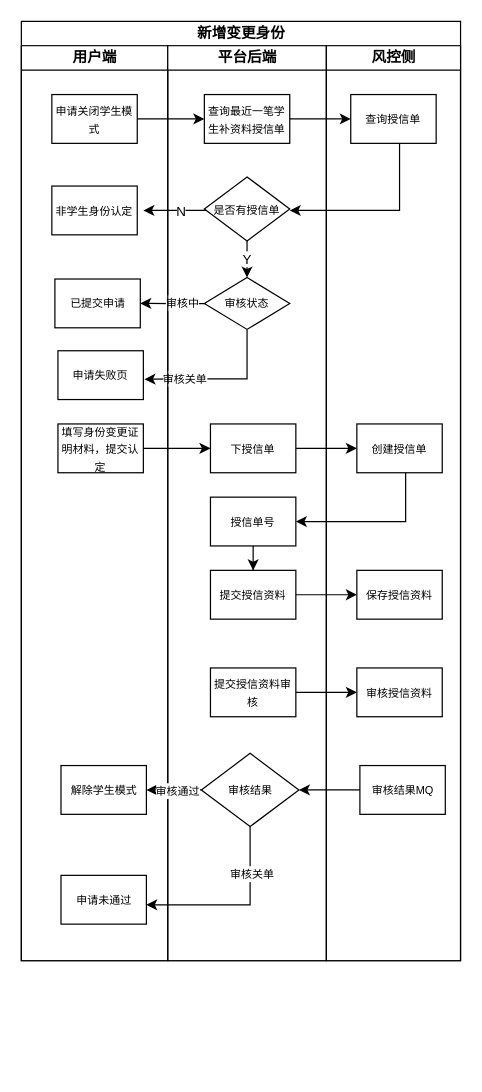
Before: page "Page-1" (1 of 3) of studentModle.drawio in CaoLimingECJTU/gitskills, a draw.io diagram. Source tidied: cells renumbered, new cells numbered last; positions are measured from the earlier drawing's top-left corner, leaving out a move shared by most shapes. Both pictures are drawn from the tidied source at 122%, with x=0, y=0 at pixel (21, 21).
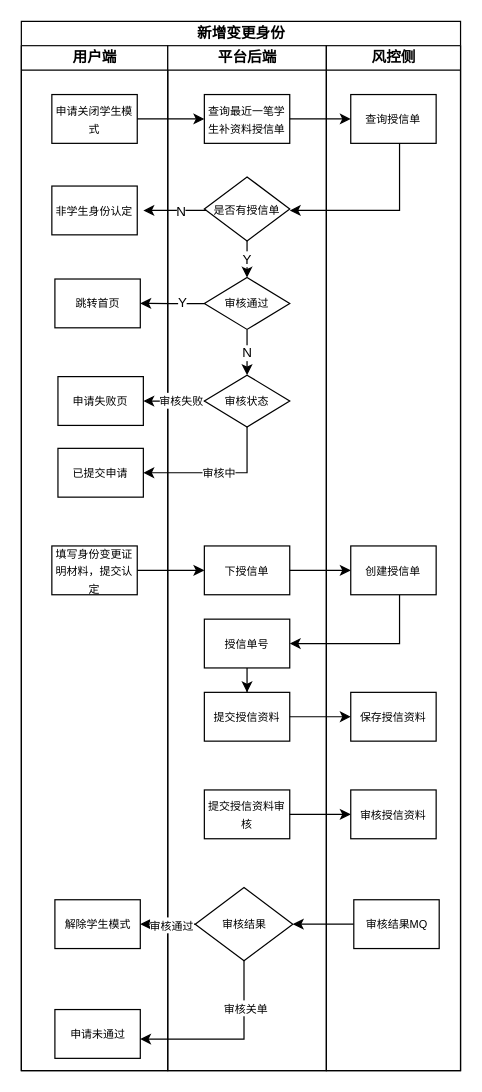
The same page after the edit.

The change refers to these unchanged cells:
```xml
<mxCell id="11" style="edgeStyle=orthogonalEdgeStyle;rounded=0;jettySize=auto;html=1;" parent="2" edge="1" source="25" target="9">
  <mxGeometry relative="1" as="geometry" />
</mxCell>
```

What changed in the source:
```diff
@@
     <mxCell id="2" value="新增变更身份" style="swimlane;html=1;startSize=20;" parent="1" vertex="1">
-      <mxGeometry width="360" height="770" as="geometry" />
+      <mxGeometry width="360" height="860" as="geometry" />
     </mxCell>
     <mxCell id="3" value="用户端" style="swimlane;html=1;startSize=20;" parent="2" vertex="1">
-      <mxGeometry y="20" width="120" height="750" as="geometry" />
+      <mxGeometry y="20" width="120" height="840" as="geometry" />
     </mxCell>
@@
     <mxCell id="6" value="&lt;font style=&quot;font-size: 9px&quot;&gt;填写身份变更证明材料，提交认定&lt;/font&gt;" style="rounded=0;whiteSpace=wrap;html=1;" parent="3" vertex="1">
-      <mxGeometry x="30" y="310" width="70" height="40" as="geometry" />
+      <mxGeometry x="25" y="410" width="70" height="40" as="geometry" />
     </mxCell>
     <mxCell id="7" value="&lt;font style=&quot;font-size: 9px&quot;&gt;解除学生模式&lt;/font&gt;" style="rounded=0;whiteSpace=wrap;html=1;" parent="3" vertex="1">
-      <mxGeometry x="32.5" y="590" width="70" height="40" as="geometry" />
+      <mxGeometry x="27.5" y="700" width="70" height="40" as="geometry" />
     </mxCell>
     <mxCell id="8" value="&lt;font style=&quot;font-size: 9px&quot;&gt;申请未通过&lt;/font&gt;" style="rounded=0;whiteSpace=wrap;html=1;" parent="3" vertex="1">
-      <mxGeometry x="32.5" y="680" width="70" height="40" as="geometry" />
+      <mxGeometry x="27.5" y="790" width="70" height="40" as="geometry" />
     </mxCell>
-    <mxCell id="9" value="&lt;font style=&quot;font-size: 9px&quot;&gt;已提交申请&lt;/font&gt;" style="rounded=0;whiteSpace=wrap;html=1;" parent="3" vertex="1">
+    <mxCell id="9" value="&lt;font style=&quot;font-size: 9px&quot;&gt;跳转首页&lt;/font&gt;" style="rounded=0;whiteSpace=wrap;html=1;" parent="3" vertex="1">
       <mxGeometry x="27.5" y="191.2" width="70" height="40" as="geometry" />
     </mxCell>
     <mxCell id="10" value="&lt;font style=&quot;font-size: 9px&quot;&gt;申请失败页&lt;/font&gt;" style="rounded=0;whiteSpace=wrap;html=1;" parent="3" vertex="1">
-      <mxGeometry x="30" y="250" width="70" height="40" as="geometry" />
+      <mxGeometry x="30" y="271.2" width="70" height="40" as="geometry" />
     </mxCell>
+    <mxCell id="47" value="&lt;font style=&quot;font-size: 9px&quot;&gt;已提交申请&lt;/font&gt;" style="rounded=0;whiteSpace=wrap;html=1;" parent="3" vertex="1">
+      <mxGeometry x="30" y="330" width="70" height="40" as="geometry" />
+    </mxCell>
@@
-    <mxCell id="12" value="&lt;font style=&quot;font-size: 9px&quot;&gt;审核中&lt;/font&gt;" style="edgeLabel;html=1;align=center;verticalAlign=middle;" parent="11" vertex="1">
+    <mxCell id="12" value="Y" style="edgeLabel;html=1;align=center;verticalAlign=middle;" parent="11" vertex="1">
       <mxGeometry x="-0.29" y="-1" relative="1" as="geometry" />
     </mxCell>
-    <mxCell id="13" style="edgeStyle=orthogonalEdgeStyle;rounded=0;jettySize=auto;html=1;entryX=1.013;entryY=0.583;entryDx=0;entryDy=0;entryPerimeter=0;" parent="2" edge="1" source="25" target="10">
-      <mxGeometry relative="1" as="geometry">
-        <Array as="points">
-          <mxPoint x="185" y="293" />
-          <mxPoint x="125" y="293" />
-        </Array>
-      </mxGeometry>
-    </mxCell>
-    <mxCell id="14" value="&lt;font style=&quot;font-size: 9px&quot;&gt;审核关单&lt;/font&gt;" style="edgeLabel;html=1;align=center;verticalAlign=middle;" parent="13" vertex="1">
-      <mxGeometry x="0.47" y="-1" relative="1" as="geometry" />
-    </mxCell>
     <mxCell id="15" value="平台后端" style="swimlane;html=1;startSize=20;" parent="2" vertex="1">
-      <mxGeometry x="120" y="20" width="130" height="750" as="geometry" />
+      <mxGeometry x="120" y="20" width="130" height="840" as="geometry" />
     </mxCell>
@@
     <mxCell id="18" value="&lt;font style=&quot;font-size: 9px&quot;&gt;下授信单&lt;/font&gt;" style="rounded=0;whiteSpace=wrap;html=1;" parent="15" vertex="1">
-      <mxGeometry x="35" y="310" width="70" height="40" as="geometry" />
+      <mxGeometry x="30" y="410" width="70" height="40" as="geometry" />
     </mxCell>
@@
     <mxCell id="20" value="&lt;font style=&quot;font-size: 9px&quot;&gt;授信单号&lt;/font&gt;" style="rounded=0;whiteSpace=wrap;html=1;" parent="15" vertex="1">
-      <mxGeometry x="35" y="370" width="70" height="40" as="geometry" />
+      <mxGeometry x="30" y="470" width="70" height="40" as="geometry" />
     </mxCell>
     <mxCell id="21" value="&lt;font style=&quot;font-size: 9px&quot;&gt;提交授信资料&lt;/font&gt;" style="rounded=0;whiteSpace=wrap;html=1;" parent="15" vertex="1">
-      <mxGeometry x="35" y="430" width="70" height="40" as="geometry" />
+      <mxGeometry x="30" y="530" width="70" height="40" as="geometry" />
     </mxCell>
     <mxCell id="22" value="&lt;font style=&quot;font-size: 9px&quot;&gt;审核结果&lt;/font&gt;" style="rhombus;whiteSpace=wrap;html=1;strokeWidth=1;" parent="15" vertex="1">
-      <mxGeometry x="27.5" y="580" width="80" height="60" as="geometry" />
+      <mxGeometry x="22.5" y="690" width="80" height="60" as="geometry" />
     </mxCell>
     <mxCell id="23" value="&lt;font style=&quot;font-size: 9px&quot;&gt;提交授信资料审核&lt;/font&gt;" style="rounded=0;whiteSpace=wrap;html=1;" parent="15" vertex="1">
-      <mxGeometry x="35" y="510" width="70" height="40" as="geometry" />
+      <mxGeometry x="30" y="610" width="70" height="40" as="geometry" />
     </mxCell>
@@
+    <mxCell id="48" value="N" style="edgeStyle=orthogonalEdgeStyle;rounded=0;jettySize=auto;html=1;entryX=0.5;entryY=0;entryDx=0;entryDy=0;" parent="15" edge="1" source="25" target="49">
+      <mxGeometry relative="1" as="geometry" />
+    </mxCell>
-    <mxCell id="25" value="&lt;font style=&quot;font-size: 9px&quot;&gt;审核状态&lt;/font&gt;" style="rhombus;whiteSpace=wrap;html=1;strokeWidth=1;" parent="15" vertex="1">
+    <mxCell id="25" value="&lt;font style=&quot;font-size: 9px&quot;&gt;审核通过&lt;/font&gt;" style="rhombus;whiteSpace=wrap;html=1;strokeWidth=1;" parent="15" vertex="1">
       <mxGeometry x="30" y="190" width="70" height="42.5" as="geometry" />
     </mxCell>
-    <mxCell id="26" style="edgeStyle=orthogonalEdgeStyle;rounded=0;jettySize=auto;html=1;exitX=1;exitY=0.5;exitDx=0;exitDy=0;entryX=0;entryY=0.5;entryDx=0;entryDy=0;" parent="2" edge="1" source="21" target="39">
-      <mxGeometry relative="1" as="geometry" />
-    </mxCell>
-    <mxCell id="27" style="edgeStyle=orthogonalEdgeStyle;rounded=0;jettySize=auto;html=1;entryX=1;entryY=0.5;entryDx=0;entryDy=0;" parent="2" edge="1" source="38" target="20">
-      <mxGeometry relative="1" as="geometry">
-        <Array as="points">
-          <mxPoint x="315" y="410" />
-        </Array>
-      </mxGeometry>
-    </mxCell>
-    <mxCell id="28" style="edgeStyle=orthogonalEdgeStyle;rounded=0;jettySize=auto;html=1;entryX=0;entryY=0.5;entryDx=0;entryDy=0;" parent="2" edge="1" source="18" target="38">
-      <mxGeometry relative="1" as="geometry" />
-    </mxCell>
-    <mxCell id="29" style="edgeStyle=orthogonalEdgeStyle;rounded=0;jettySize=auto;html=1;entryX=0;entryY=0.5;entryDx=0;entryDy=0;" parent="2" edge="1" source="6" target="18">
-      <mxGeometry relative="1" as="geometry" />
-    </mxCell>
-    <mxCell id="30" style="edgeStyle=orthogonalEdgeStyle;rounded=0;jettySize=auto;html=1;entryX=0;entryY=0.5;entryDx=0;entryDy=0;" parent="2" edge="1" source="23" target="41">
-      <mxGeometry relative="1" as="geometry" />
-    </mxCell>
+    <mxCell id="49" value="&lt;font style=&quot;font-size: 9px&quot;&gt;审核状态&lt;/font&gt;" style="rhombus;whiteSpace=wrap;html=1;strokeWidth=1;" parent="15" vertex="1">
+      <mxGeometry x="30" y="270" width="70" height="42.5" as="geometry" />
+    </mxCell>
     <mxCell id="31" style="edgeStyle=orthogonalEdgeStyle;rounded=0;jettySize=auto;html=1;exitX=0;exitY=0.5;exitDx=0;exitDy=0;entryX=1;entryY=0.5;entryDx=0;entryDy=0;" parent="2" edge="1" source="22" target="7">
       <mxGeometry relative="1" as="geometry">
         <Array as="points">
-          <mxPoint x="137.5" y="630" />
-          <mxPoint x="137.5" y="630" />
+          <mxPoint x="132.5" y="740" />
+          <mxPoint x="132.5" y="740" />
         </Array>
       </mxGeometry>
     </mxCell>
@@
+    <mxCell id="35" style="edgeStyle=orthogonalEdgeStyle;rounded=0;jettySize=auto;html=1;entryX=1;entryY=0.5;entryDx=0;entryDy=0;" parent="2" edge="1" source="40" target="22">
+      <mxGeometry relative="1" as="geometry" />
+    </mxCell>
@@
-    <mxCell id="35" style="edgeStyle=orthogonalEdgeStyle;rounded=0;jettySize=auto;html=1;entryX=1;entryY=0.5;entryDx=0;entryDy=0;" parent="2" edge="1" source="40" target="22">
-      <mxGeometry relative="1" as="geometry" />
-    </mxCell>
+    <mxCell id="29" style="edgeStyle=orthogonalEdgeStyle;rounded=0;jettySize=auto;html=1;entryX=0;entryY=0.5;entryDx=0;entryDy=0;" parent="2" edge="1" source="6" target="18">
+      <mxGeometry relative="1" as="geometry" />
+    </mxCell>
+    <mxCell id="28" style="edgeStyle=orthogonalEdgeStyle;rounded=0;jettySize=auto;html=1;entryX=0;entryY=0.5;entryDx=0;entryDy=0;" parent="2" edge="1" source="18">
+      <mxGeometry relative="1" as="geometry">
+        <mxPoint x="270" y="450" as="targetPoint" />
+      </mxGeometry>
+    </mxCell>
+    <mxCell id="27" style="edgeStyle=orthogonalEdgeStyle;rounded=0;jettySize=auto;html=1;entryX=1;entryY=0.5;entryDx=0;entryDy=0;" parent="2" edge="1" target="20">
+      <mxGeometry relative="1" as="geometry">
+        <mxPoint x="310" y="470" as="sourcePoint" />
+        <Array as="points">
+          <mxPoint x="310" y="510" />
+        </Array>
+      </mxGeometry>
+    </mxCell>
+    <mxCell id="30" style="edgeStyle=orthogonalEdgeStyle;rounded=0;jettySize=auto;html=1;entryX=0;entryY=0.5;entryDx=0;entryDy=0;" parent="2" edge="1" source="23" target="41">
+      <mxGeometry relative="1" as="geometry" />
+    </mxCell>
+    <mxCell id="26" style="edgeStyle=orthogonalEdgeStyle;rounded=0;jettySize=auto;html=1;exitX=1;exitY=0.5;exitDx=0;exitDy=0;entryX=0;entryY=0.5;entryDx=0;entryDy=0;" parent="2" edge="1" source="21" target="39">
+      <mxGeometry relative="1" as="geometry" />
+    </mxCell>
     <mxCell id="36" value="风控侧" style="swimlane;html=1;startSize=20;strokeWidth=1;" parent="2" vertex="1">
-      <mxGeometry x="250" y="20" width="110" height="750" as="geometry" />
+      <mxGeometry x="250" y="20" width="110" height="840" as="geometry" />
     </mxCell>
@@
     <mxCell id="38" value="&lt;font style=&quot;font-size: 9px&quot;&gt;创建授信单&lt;/font&gt;" style="rounded=0;whiteSpace=wrap;html=1;" parent="36" vertex="1">
-      <mxGeometry x="25" y="310" width="70" height="40" as="geometry" />
+      <mxGeometry x="20" y="410" width="70" height="40" as="geometry" />
     </mxCell>
     <mxCell id="39" value="&lt;font style=&quot;font-size: 9px&quot;&gt;保存授信资料&lt;/font&gt;" style="rounded=0;whiteSpace=wrap;html=1;" parent="36" vertex="1">
-      <mxGeometry x="25" y="430" width="70" height="40" as="geometry" />
+      <mxGeometry x="20" y="530" width="70" height="40" as="geometry" />
     </mxCell>
     <mxCell id="40" value="&lt;font style=&quot;font-size: 9px&quot;&gt;审核结果MQ&lt;/font&gt;" style="rounded=0;whiteSpace=wrap;html=1;" parent="36" vertex="1">
-      <mxGeometry x="27.5" y="590" width="70" height="40" as="geometry" />
+      <mxGeometry x="22.5" y="700" width="70" height="40" as="geometry" />
     </mxCell>
     <mxCell id="41" value="&lt;font style=&quot;font-size: 9px&quot;&gt;审核授信资料&lt;/font&gt;" style="rounded=0;whiteSpace=wrap;html=1;" parent="36" vertex="1">
-      <mxGeometry x="25" y="510" width="70" height="40" as="geometry" />
+      <mxGeometry x="20" y="610" width="70" height="40" as="geometry" />
     </mxCell>
@@
+    <mxCell id="50" style="edgeStyle=orthogonalEdgeStyle;rounded=0;jettySize=auto;html=1;" parent="2" edge="1" source="49" target="10">
+      <mxGeometry relative="1" as="geometry" />
+    </mxCell>
+    <mxCell id="51" value="&lt;font style=&quot;font-size: 9px&quot;&gt;审核失败&lt;/font&gt;" style="edgeLabel;html=1;align=center;verticalAlign=middle;" parent="50" vertex="1">
+      <mxGeometry x="-0.19" y="-1" relative="1" as="geometry" />
+    </mxCell>
+    <mxCell id="52" value="&lt;font style=&quot;font-size: 9px&quot;&gt;审核中&lt;/font&gt;" style="edgeStyle=orthogonalEdgeStyle;rounded=0;jettySize=auto;html=1;entryX=1;entryY=0.5;entryDx=0;entryDy=0;" parent="2" edge="1" source="49" target="47">
+      <mxGeometry relative="1" as="geometry">
+        <Array as="points">
+          <mxPoint x="185" y="370" />
+        </Array>
+      </mxGeometry>
+    </mxCell>
```
